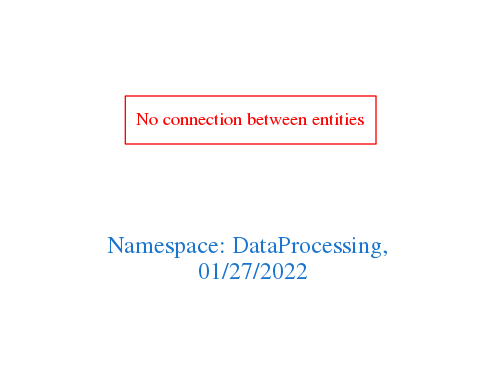
Earlier version of the Graphviz export downloads/DataProcessing.png (arago/OGIT). Its source is kept beside it as downloads/DataProcessing.dot.
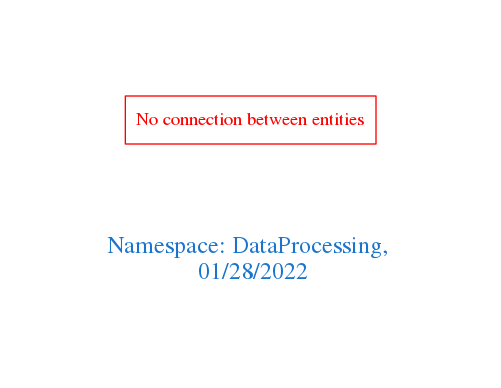
After the commit.

Diff of the diagram source:
```diff
@@ -1,7 +1,7 @@
 digraph OGIT_ontology {
  graph [ rankdir= LR,pad=1
 fontsize = 18,
-fontcolor= dodgerblue3,label = "\n\n\nNamespace: DataProcessing, \n 01/27/2022"];
+fontcolor= dodgerblue3,label = "\n\n\nNamespace: DataProcessing, \n 01/28/2022"];
 node[shape=polygon];
 edge [  color="gray81"];
 
```
